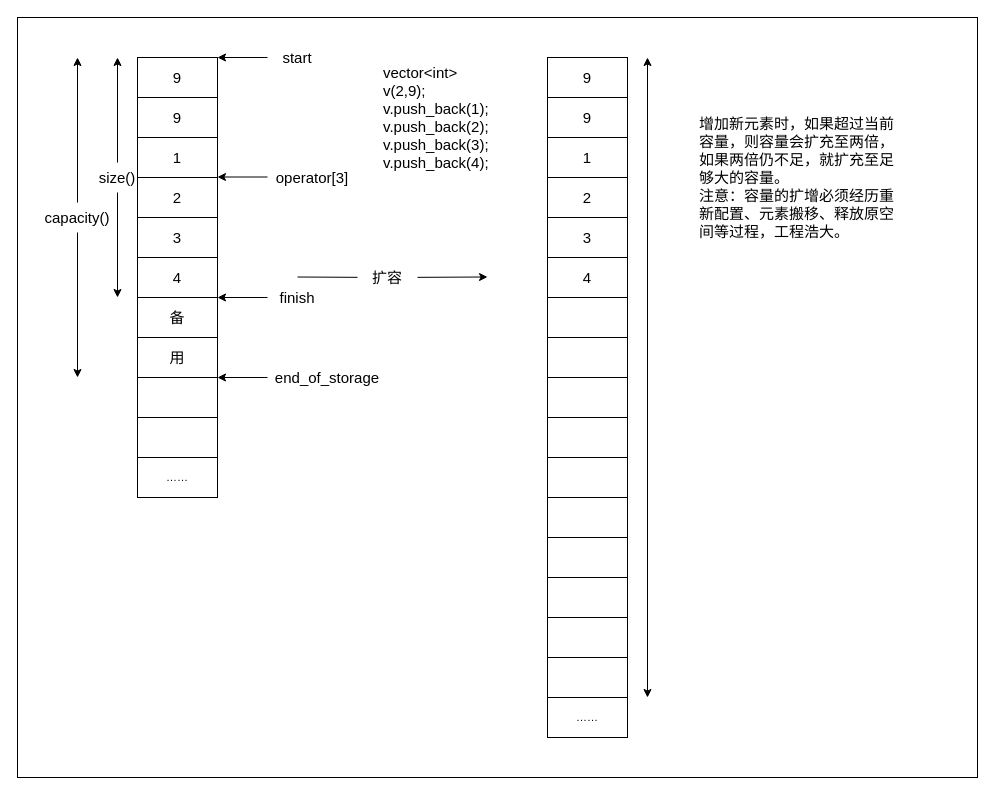
This is 7.vector/1.drawio from CoderJPLuna/CPP_NOTE, a draw.io file, before an edit. Source tidied: cells renumbered, new cells numbered last; positions are measured from the earlier drawing's top-left corner, leaving out a move shared by most shapes. Both pictures are drawn from the tidied source at 100%, with x=0, y=0 at pixel (17, 17).
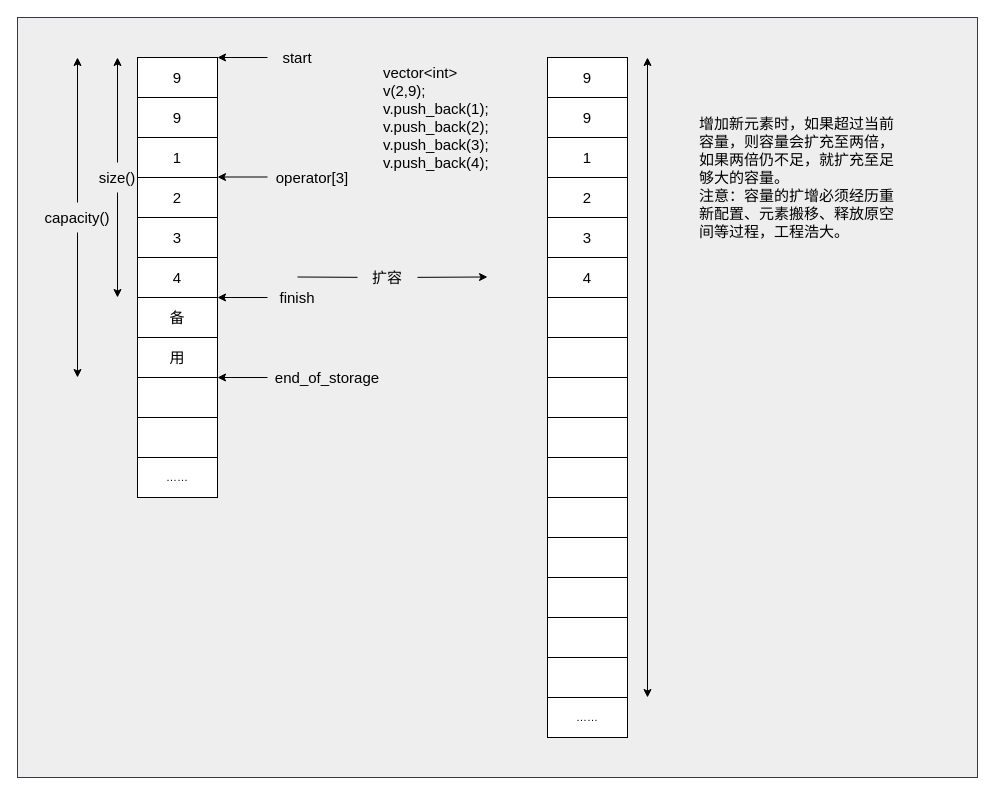
Above is the later version.

What changed in the source:
```diff
@@
-    <mxCell id="2" style="rounded=0;whiteSpace=wrap;html=1;" parent="1" vertex="1">
+    <mxCell id="2" style="rounded=0;whiteSpace=wrap;html=1;fillColor=#eeeeee;strokeColor=#36393d;" parent="1" vertex="1">
       <mxGeometry width="960" height="760" as="geometry" />
     </mxCell>
```
